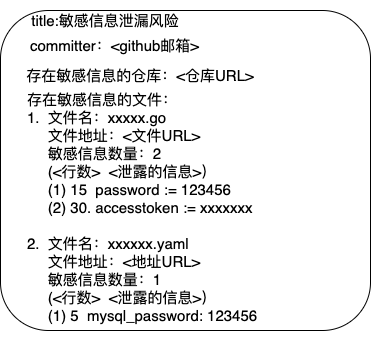
This is 敏感信息消息原型.png from CodingFlashe/graph, a draw.io export, as it was before one commit. Source tidied: cells renumbered, new cells last; positions are measured from the earlier drawing's top-left corner, leaving out a move shared by most shapes.
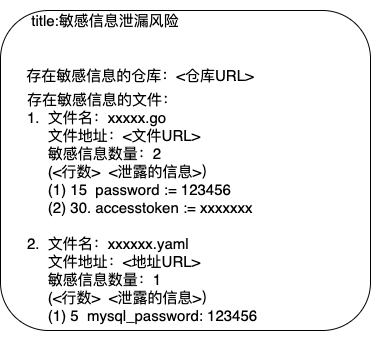
The same diagram one commit later.

Commit message:
更新敏感信息消息原型.png

Diff of the diagram source:
```diff
@@ -8,9 +8,6 @@
     <mxCell id="3" value="&lt;font style=&quot;font-size: 15px;&quot;&gt;title:敏感信息泄漏风险&lt;/font&gt;" style="text;html=1;strokeColor=none;fillColor=none;align=center;verticalAlign=middle;whiteSpace=wrap;rounded=0;" parent="1" vertex="1">
       <mxGeometry x="5" width="200" height="40" as="geometry" />
     </mxCell>
-    <mxCell id="4" value="&lt;font style=&quot;font-size: 15px;&quot;&gt;committer：&amp;lt;github邮箱&amp;gt;&lt;/font&gt;" style="text;html=1;strokeColor=none;fillColor=none;align=center;verticalAlign=middle;whiteSpace=wrap;rounded=0;" parent="1" vertex="1">
-      <mxGeometry x="5" y="30" width="219" height="30" as="geometry" />
-    </mxCell>
     <mxCell id="5" value="&lt;font style=&quot;font-size: 15px;&quot;&gt;存在敏感信息的仓库：&amp;lt;仓库URL&amp;gt;&lt;/font&gt;" style="text;html=1;strokeColor=none;fillColor=none;align=center;verticalAlign=middle;whiteSpace=wrap;rounded=0;" parent="1" vertex="1">
       <mxGeometry x="25" y="60" width="230" height="30" as="geometry" />
     </mxCell>
```
